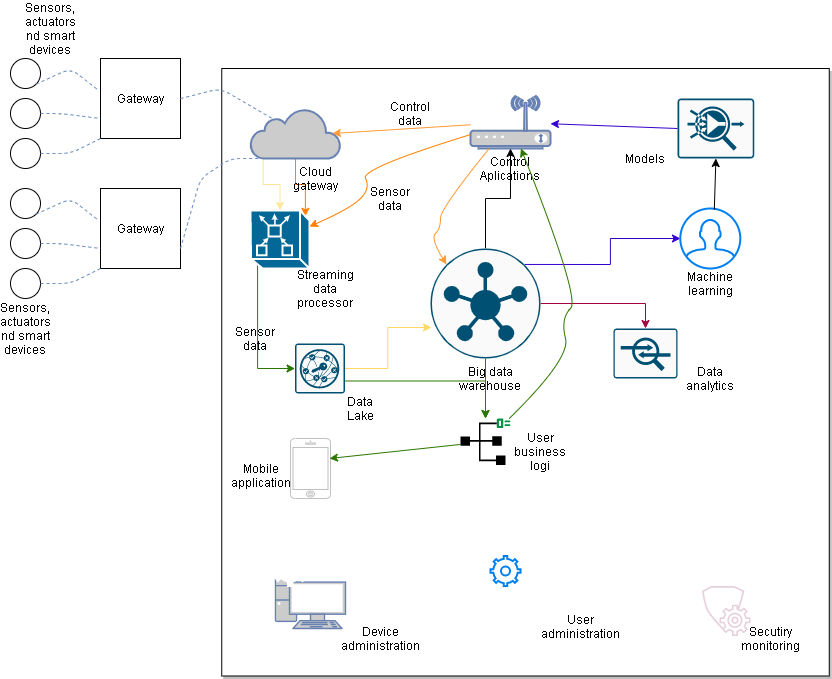
Above: Flujo.drawio.png in AlejandroDiaz96/SistemasProgramables2020 (draw.io), before the change. Source tidied: cells renumbered, new cells last; positions are measured from the earlier drawing's top-left corner, leaving out a move shared by most shapes.
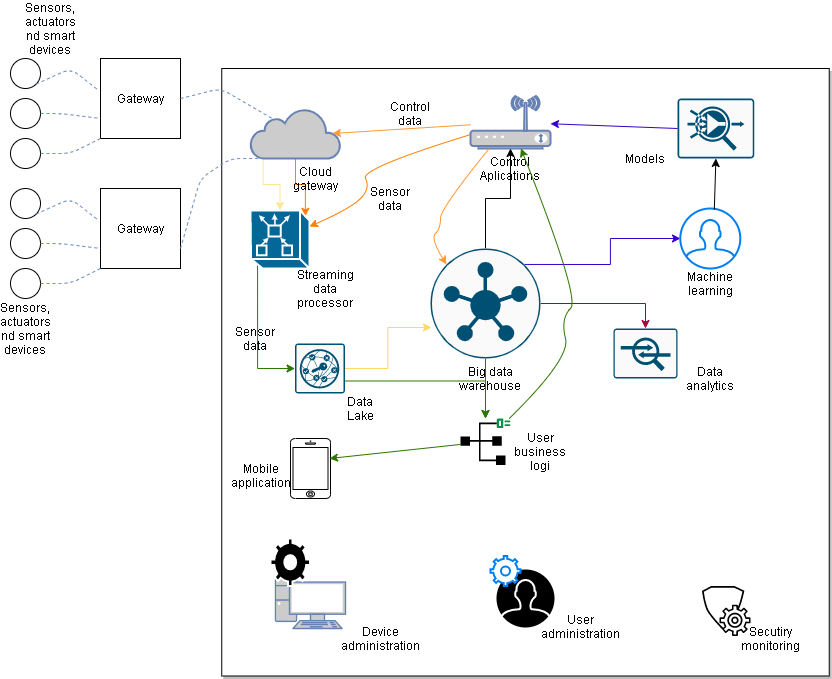
The same diagram one commit later.

What changed in the source:
```diff
@@ -143,16 +143,16 @@
     <mxCell id="37" style="fontColor=#0066CC;verticalAlign=top;verticalLabelPosition=bottom;labelPosition=center;align=center;html=1;fillColor=#CCCCCC;strokeColor=#6881B3;gradientColor=none;gradientDirection=north;strokeWidth=2;shape=mxgraph.networks.pc;" parent="1" vertex="1">
       <mxGeometry x="270" y="560" width="70" height="50" as="geometry" />
     </mxCell>
-    <mxCell id="38" style="html=1;verticalLabelPosition=bottom;labelBackgroundColor=#ffffff;verticalAlign=top;shadow=0;dashed=0;strokeWidth=1;shape=mxgraph.ios7.misc.iphone;strokeColor=#c0c0c0;" parent="1" vertex="1">
+    <mxCell id="38" style="html=1;verticalLabelPosition=bottom;labelBackgroundColor=#ffffff;verticalAlign=top;shadow=0;dashed=0;strokeWidth=1;shape=mxgraph.ios7.misc.iphone;strokeColor=#000000;" parent="1" vertex="1">
       <mxGeometry x="285" y="420" width="40" height="60" as="geometry" />
     </mxCell>
-    <mxCell id="39" style="html=1;verticalLabelPosition=bottom;align=center;labelBackgroundColor=#ffffff;verticalAlign=top;strokeWidth=2;strokeColor=#FFFFFF;shadow=0;dashed=0;shape=mxgraph.ios7.icons.user;" parent="1" vertex="1">
+    <mxCell id="39" style="html=1;verticalLabelPosition=bottom;align=center;labelBackgroundColor=#ffffff;verticalAlign=top;strokeWidth=2;strokeColor=#FFFFFF;shadow=0;dashed=0;shape=mxgraph.ios7.icons.user;fillColor=#000000;" parent="1" vertex="1">
       <mxGeometry x="490" y="550" width="60" height="60" as="geometry" />
     </mxCell>
     <mxCell id="40" style="html=1;verticalLabelPosition=bottom;align=center;labelBackgroundColor=#ffffff;verticalAlign=top;strokeWidth=2;strokeColor=#0080F0;shadow=0;dashed=0;shape=mxgraph.ios7.icons.settings;" parent="1" vertex="1">
       <mxGeometry x="485" y="537.5" width="30" height="30" as="geometry" />
     </mxCell>
-    <mxCell id="41" style="html=1;verticalLabelPosition=bottom;align=center;labelBackgroundColor=#ffffff;verticalAlign=top;strokeWidth=2;strokeColor=#FFFFFF;shadow=0;dashed=0;shape=mxgraph.ios7.icons.settings;" parent="1" vertex="1">
+    <mxCell id="41" style="html=1;verticalLabelPosition=bottom;align=center;labelBackgroundColor=#ffffff;verticalAlign=top;strokeWidth=2;strokeColor=#FFFFFF;shadow=0;dashed=0;shape=mxgraph.ios7.icons.settings;fillColor=#000000;" parent="1" vertex="1">
       <mxGeometry x="265" y="520" width="39.5" height="47.5" as="geometry" />
     </mxCell>
     <mxCell id="42" style="endArrow=classic;html=1;fillColor=#6a00ff;strokeColor=#3700CC;exitX=0;exitY=0.5;exitDx=0;exitDy=0;exitPerimeter=0;" parent="1" edge="1" source="27" target="22">
@@ -194,7 +194,7 @@
     <mxCell id="54" value="User business logi" style="text;html=1;strokeColor=none;fillColor=none;align=center;verticalAlign=middle;whiteSpace=wrap;rounded=0;" parent="1" vertex="1">
       <mxGeometry x="515" y="422.5" width="40" height="20" as="geometry" />
     </mxCell>
-    <mxCell id="55" style="shadow=0;dashed=0;html=1;strokeColor=none;fillColor=#E6D0DE;labelPosition=center;verticalLabelPosition=bottom;verticalAlign=top;align=center;shape=mxgraph.vvd.protection_group_config;" parent="1" vertex="1">
+    <mxCell id="55" style="shadow=0;dashed=0;html=1;strokeColor=none;fillColor=#000000;labelPosition=center;verticalLabelPosition=bottom;verticalAlign=top;align=center;shape=mxgraph.vvd.protection_group_config;" parent="1" vertex="1">
       <mxGeometry x="696.5" y="567.5" width="48.5" height="50" as="geometry" />
     </mxCell>
     <mxCell id="56" value="Secutiry monitoring" style="text;html=1;strokeColor=none;fillColor=none;align=center;verticalAlign=middle;whiteSpace=wrap;rounded=0;" parent="1" vertex="1">
```
